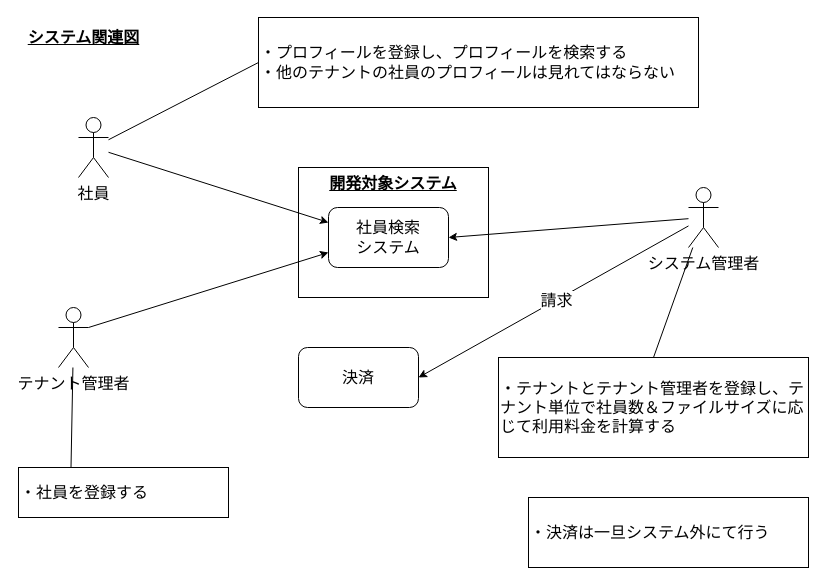
This is page "システム関連図" (1 of 4) of docs/diagrams/src/reinventing_the_wheel.drawio.xml from q23isline/reinventing_the_wheel, a draw.io file, before an edit. Source tidied: cells renumbered, new cells numbered last; positions are measured from the earlier drawing's top-left corner, leaving out a move shared by most shapes. Both pictures are drawn from the tidied source at 100%, with x=0, y=0 at pixel (18, 17).
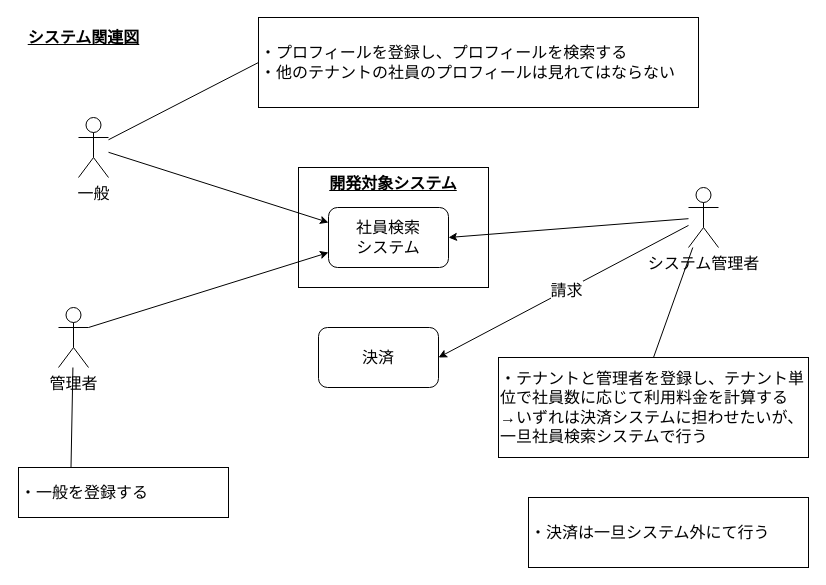
The same diagram, later.

Diff of the diagram source:
```diff
@@
     <mxCell id="2" value="&lt;u&gt;&lt;b style=&quot;line-height: 1.2&quot;&gt;開発対象システム&lt;/b&gt;&lt;/u&gt;" style="rounded=0;whiteSpace=wrap;html=1;fontSize=16;align=center;verticalAlign=top;" parent="1" vertex="1">
-      <mxGeometry x="280" y="150" width="190" height="130" as="geometry" />
+      <mxGeometry x="280" y="150" width="190" height="120" as="geometry" />
     </mxCell>
@@
-    <mxCell id="6" value="社員" style="shape=umlActor;verticalLabelPosition=bottom;verticalAlign=top;html=1;outlineConnect=0;fontSize=16;" parent="1" vertex="1">
+    <mxCell id="6" value="一般" style="shape=umlActor;verticalLabelPosition=bottom;verticalAlign=top;html=1;outlineConnect=0;fontSize=16;" parent="1" vertex="1">
       <mxGeometry x="60" y="100" width="30" height="60" as="geometry" />
     </mxCell>
@@
-    <mxCell id="13" value="・テナントとテナント管理者を登録し、テナント単位で社員数＆ファイルサイズに応じて利用料金を計算する" style="rounded=0;whiteSpace=wrap;html=1;fontSize=16;align=left;" parent="1" vertex="1">
+    <mxCell id="13" value="・テナントと管理者を登録し、テナント単位で社員数に応じて利用料金を計算する&lt;br&gt;→いずれは決済システムに担わせたいが、一旦社員検索システムで行う" style="rounded=0;whiteSpace=wrap;html=1;fontSize=16;align=left;" parent="1" vertex="1">
       <mxGeometry x="480" y="340" width="310" height="100" as="geometry" />
     </mxCell>
@@
     <mxCell id="16" value="決済" style="rounded=1;whiteSpace=wrap;html=1;fontSize=16;" parent="1" vertex="1">
-      <mxGeometry x="280" y="330" width="120" height="60" as="geometry" />
+      <mxGeometry x="300" y="310" width="120" height="60" as="geometry" />
     </mxCell>
@@
-    <mxCell id="20" value="テナント管理者" style="shape=umlActor;verticalLabelPosition=bottom;verticalAlign=top;html=1;outlineConnect=0;fontSize=16;" parent="1" vertex="1">
+    <mxCell id="20" value="管理者" style="shape=umlActor;verticalLabelPosition=bottom;verticalAlign=top;html=1;outlineConnect=0;fontSize=16;" parent="1" vertex="1">
       <mxGeometry x="40" y="290" width="30" height="60" as="geometry" />
     </mxCell>
-    <mxCell id="21" value="・社員を登録する" style="rounded=0;whiteSpace=wrap;html=1;fontSize=16;align=left;verticalAlign=middle;" parent="1" vertex="1">
+    <mxCell id="21" value="・一般を登録する" style="rounded=0;whiteSpace=wrap;html=1;fontSize=16;align=left;verticalAlign=middle;" parent="1" vertex="1">
       <mxGeometry y="450" width="210" height="50" as="geometry" />
     </mxCell>
```
